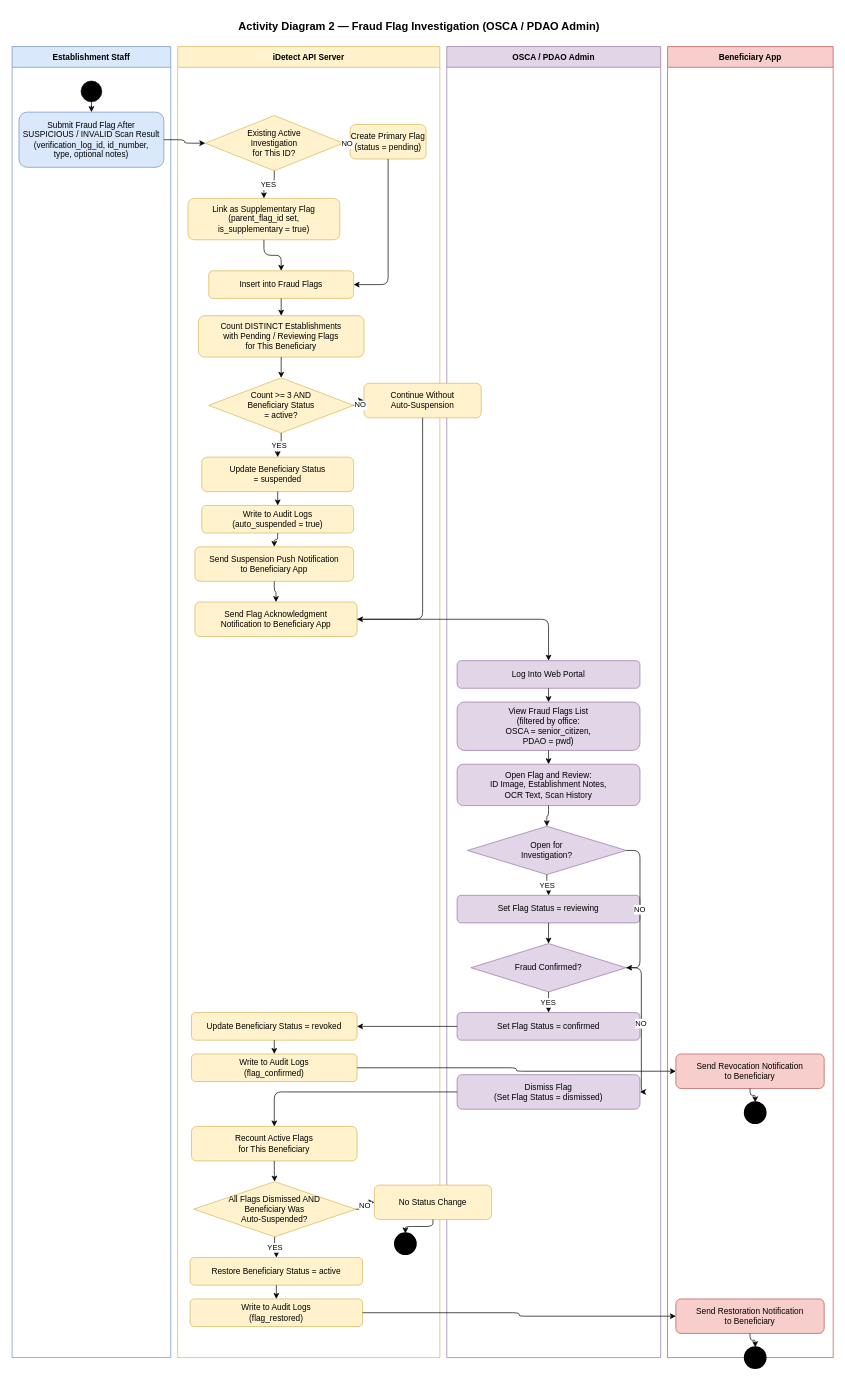
The draw.io diagram documentation/diagrams/activity2_fraud_investigation.drawio in ceedee9/idetect-capstone, before the edit. Source tidied: cells renumbered, new cells numbered last; positions are measured from the earlier drawing's top-left corner, leaving out a move shared by most shapes. Both pictures are drawn from the tidied source at 69%, with x=0, y=0 at pixel (12, 12).
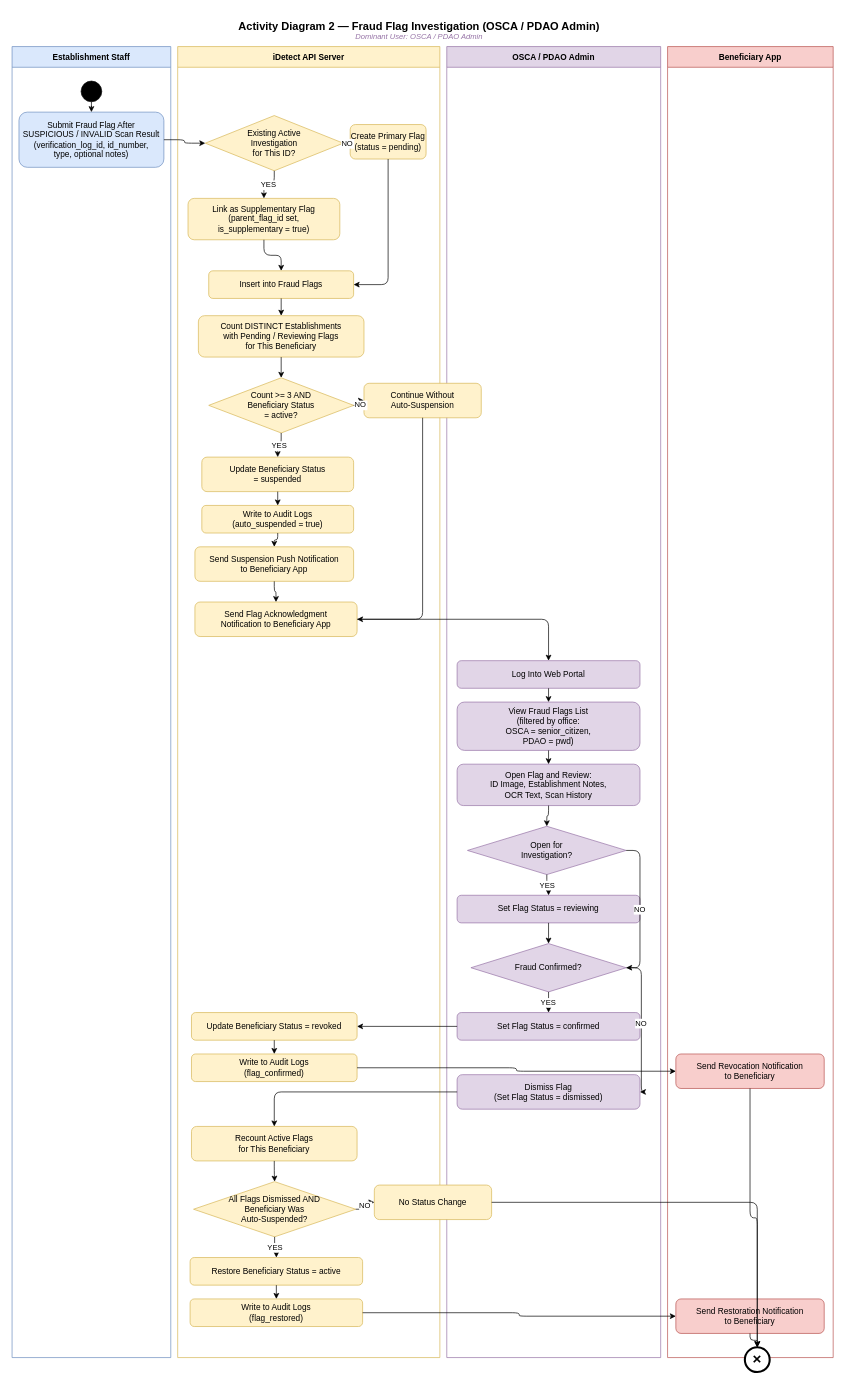
After the change.

The change refers to these unchanged cells:
```xml
<mxCell id="34" value="No Status Change" style="rounded=1;whiteSpace=wrap;html=1;fillColor=#fff2cc;strokeColor=#d6b656;" parent="1" vertex="1">
  <mxGeometry x="525" y="1700" width="170" height="50" as="geometry" />
</mxCell>
<mxCell id="35" value="Send Revocation Notification&#10;to Beneficiary" style="rounded=1;whiteSpace=wrap;html=1;fillColor=#f8cecc;strokeColor=#b85450;" parent="1" vertex="1">
  <mxGeometry x="962" y="1510" width="215" height="50" as="geometry" />
</mxCell>
<mxCell id="36" value="Send Restoration Notification&#10;to Beneficiary" style="rounded=1;whiteSpace=wrap;html=1;fillColor=#f8cecc;strokeColor=#b85450;" parent="1" vertex="1">
  <mxGeometry x="962" y="1865" width="215" height="50" as="geometry" />
</mxCell>
```

What changed in the source:
```diff
@@
+    <mxCell id="75" value="Dominant User: OSCA / PDAO Admin" style="text;html=1;strokeColor=none;fillColor=none;align=center;verticalAlign=middle;whiteSpace=wrap;rounded=0;fontSize=11;fontStyle=2;fontColor=#9673a6;" parent="1" vertex="1">
+      <mxGeometry x="140" y="25" width="900" height="20" as="geometry" />
+    </mxCell>
@@
-    <mxCell id="37" style="ellipse;whiteSpace=wrap;html=1;fillColor=#000000;strokeColor=#000000;strokeWidth=3;" parent="1" vertex="1">
-      <mxGeometry x="1062" y="1580" width="30" height="30" as="geometry" />
-    </mxCell>
-    <mxCell id="38" style="ellipse;whiteSpace=wrap;html=1;fillColor=#000000;strokeColor=#000000;strokeWidth=3;" parent="1" vertex="1">
-      <mxGeometry x="1062" y="1935" width="30" height="30" as="geometry" />
-    </mxCell>
-    <mxCell id="39" style="ellipse;whiteSpace=wrap;html=1;fillColor=#000000;strokeColor=#000000;strokeWidth=3;" parent="1" vertex="1">
-      <mxGeometry x="555" y="1770" width="30" height="30" as="geometry" />
-    </mxCell>
+    <mxCell id="76" value="×" style="ellipse;whiteSpace=wrap;html=1;fillColor=#ffffff;strokeColor=#000000;strokeWidth=3;fontSize=22;fontStyle=1;" parent="1" vertex="1">
+      <mxGeometry x="1062" y="1935" width="36" height="36" as="geometry" />
+    </mxCell>
@@
-    <mxCell id="66" style="edgeStyle=orthogonalEdgeStyle;" parent="1" edge="1" source="35" target="37">
+    <mxCell id="66" style="edgeStyle=orthogonalEdgeStyle;" parent="1" edge="1" source="35" target="76">
       <mxGeometry relative="1" as="geometry" />
     </mxCell>
@@
-    <mxCell id="73" style="edgeStyle=orthogonalEdgeStyle;" parent="1" edge="1" source="36" target="38">
+    <mxCell id="73" style="edgeStyle=orthogonalEdgeStyle;" parent="1" edge="1" source="36" target="76">
       <mxGeometry relative="1" as="geometry" />
     </mxCell>
-    <mxCell id="74" style="edgeStyle=orthogonalEdgeStyle;" parent="1" edge="1" source="34" target="39">
+    <mxCell id="74" style="edgeStyle=orthogonalEdgeStyle;" parent="1" edge="1" source="34" target="76">
       <mxGeometry relative="1" as="geometry" />
     </mxCell>
```
